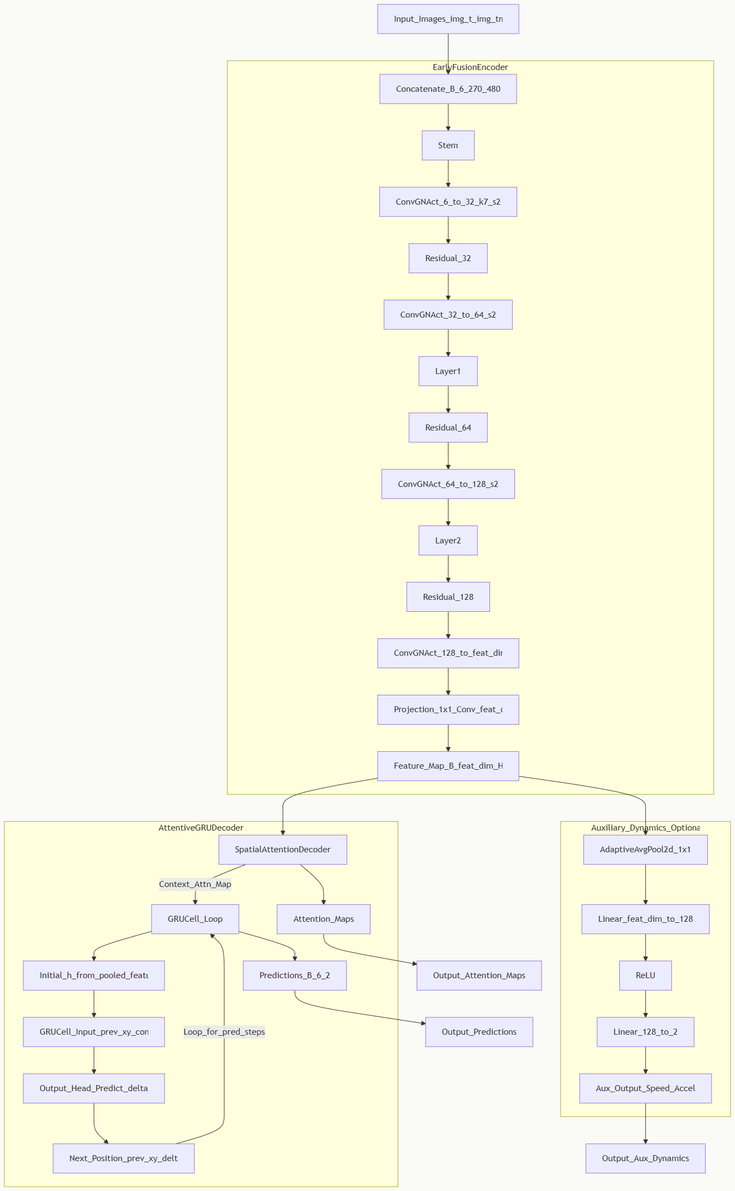
Above: model/architecture/modelArchitecture.mmd.png in TheAypisamFpv/Autopilot (Mermaid), before the change. Its source is kept beside it as model/architecture/modelArchitecture.mmd.
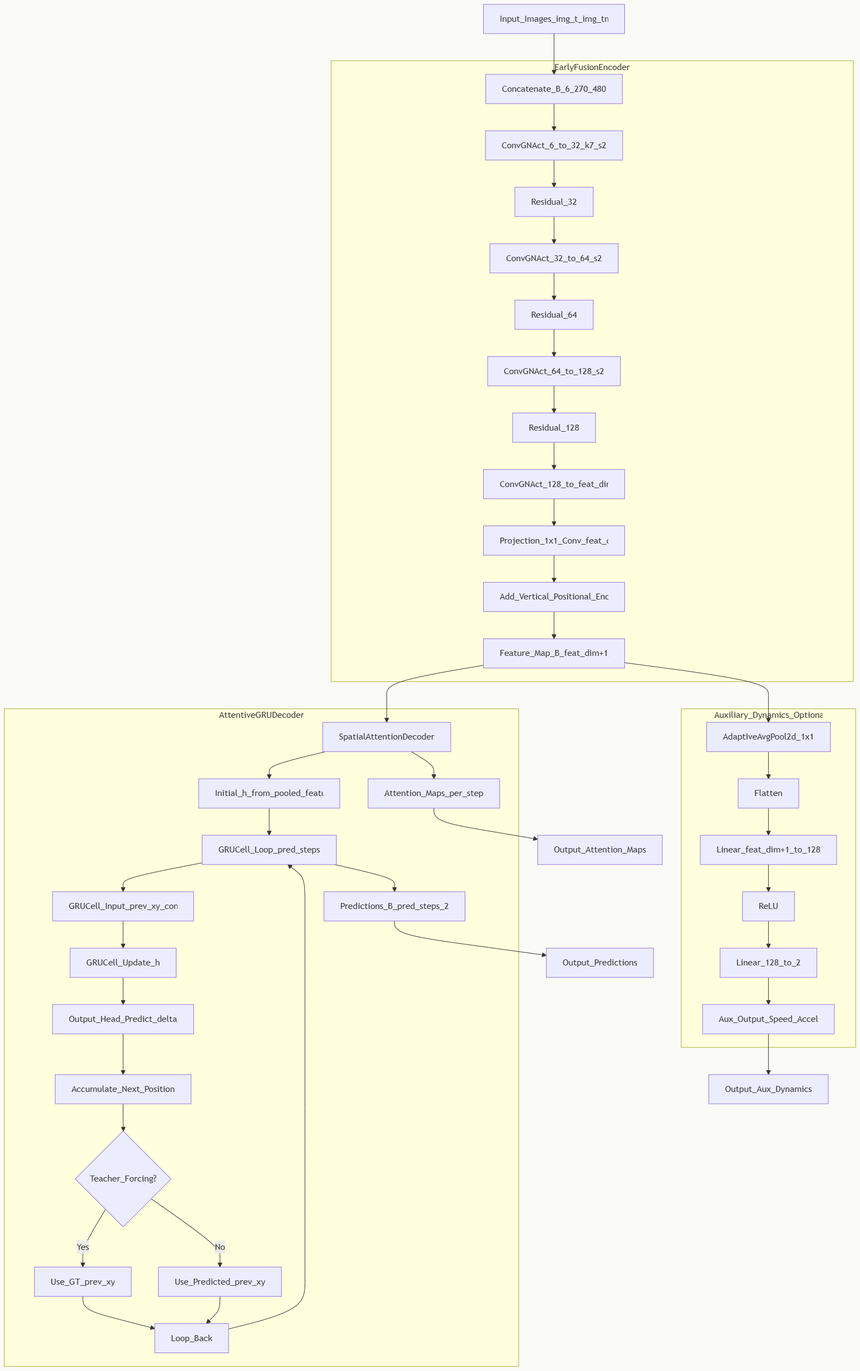
After the commit.

Commit message:
Updated model architecture graph

The edit, as a diff of the source:
```diff
@@ -2,40 +2,45 @@
     A[Input_Images_img_t_img_tm1_B_3_270_480] --> B[Concatenate_B_6_270_480]
 
     subgraph EarlyFusionEncoder
-        B --> C[Stem]
-        C --> D[ConvGNAct_6_to_32_k7_s2]
-        D --> E[Residual_32]
-        E --> F[ConvGNAct_32_to_64_s2]
-        F --> G[Layer1]
-        G --> H[Residual_64]
-        H --> I[ConvGNAct_64_to_128_s2]
-        I --> J[Layer2]
-        J --> K[Residual_128]
-        K --> L[ConvGNAct_128_to_feat_dim_s2]
-        L --> M[Projection_1x1_Conv_feat_dim]
-        M --> N[Feature_Map_B_feat_dim_H16_W16]
+        B --> C[ConvGNAct_6_to_32_k7_s2]
+        C --> D[Residual_32]
+        D --> E[ConvGNAct_32_to_64_s2]
+        E --> F[Residual_64]
+        F --> G[ConvGNAct_64_to_128_s2]
+        G --> H[Residual_128]
+        H --> I[ConvGNAct_128_to_feat_dim_s2]
+        I --> J[Projection_1x1_Conv_feat_dim]
+        J --> K[Add_Vertical_Positional_Encoding]
+        K --> L[Feature_Map_B_feat_dim+1_H16_W16]
     end
 
     subgraph AttentiveGRUDecoder
-        N --> O[SpatialAttentionDecoder]
-        O -->|Context_Attn_Map| P[GRUCell_Loop]
-        P --> Q[Initial_h_from_pooled_features]
-        Q --> R[GRUCell_Input_prev_xy_context]
-        R --> S[Output_Head_Predict_delta_xy]
-        S --> T[Next_Position_prev_xy_delta]
-        T -->|Loop_for_pred_steps| P
-        P --> U[Predictions_B_6_2]
-        O --> V[Attention_Maps]
+        L --> M[SpatialAttentionDecoder]
+        M --> N[Initial_h_from_pooled_features]
+        N --> O[GRUCell_Loop_pred_steps]
+        O --> P[GRUCell_Input_prev_xy_context]
+        P --> Q[GRUCell_Update_h]
+        Q --> R[Output_Head_Predict_delta_xy]
+        R --> S[Accumulate_Next_Position]
+        S --> T{Teacher_Forcing?}
+        T -->|Yes| U[Use_GT_prev_xy]
+        T -->|No| V[Use_Predicted_prev_xy]
+        U --> W[Loop_Back]
+        V --> W
+        W --> O
+        O --> X[Predictions_B_pred_steps_2]
+        M --> Y[Attention_Maps_per_step]
     end
 
     subgraph Auxiliary_Dynamics_Optional
-        N --> W[AdaptiveAvgPool2d_1x1]
-        W --> X[Linear_feat_dim_to_128]
-        X --> Y[ReLU]
-        Y --> Z[Linear_128_to_2]
-        Z --> AA[Aux_Output_Speed_Accel]
+        L --> Z[AdaptiveAvgPool2d_1x1]
+        Z --> AA[Flatten]
+        AA --> BB[Linear_feat_dim+1_to_128]
+        BB --> CC[ReLU]
+        CC --> DD[Linear_128_to_2]
+        DD --> EE[Aux_Output_Speed_Accel]
     end
 
-    U --> AB[Output_Predictions]
-    V --> AC[Output_Attention_Maps]
-    AA --> AD[Output_Aux_Dynamics]
+    X --> FF[Output_Predictions]
+    Y --> GG[Output_Attention_Maps]
+    EE --> HH[Output_Aux_Dynamics]
```
